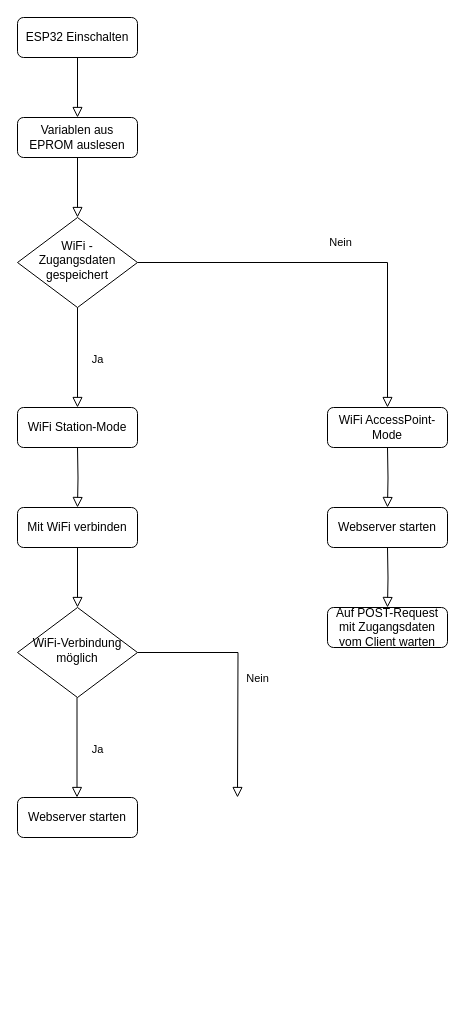
Above: Dokumente/Ablaufdiagramm_ESP32.drawio in nicolang-dev/DA_Lang-Immler (draw.io), before the change. Source tidied: cells renumbered, new cells numbered last; positions are measured from the earlier drawing's top-left corner, leaving out a move shared by most shapes. Both pictures are drawn from the tidied source at 100%, with x=0, y=0 at pixel (17, 17).
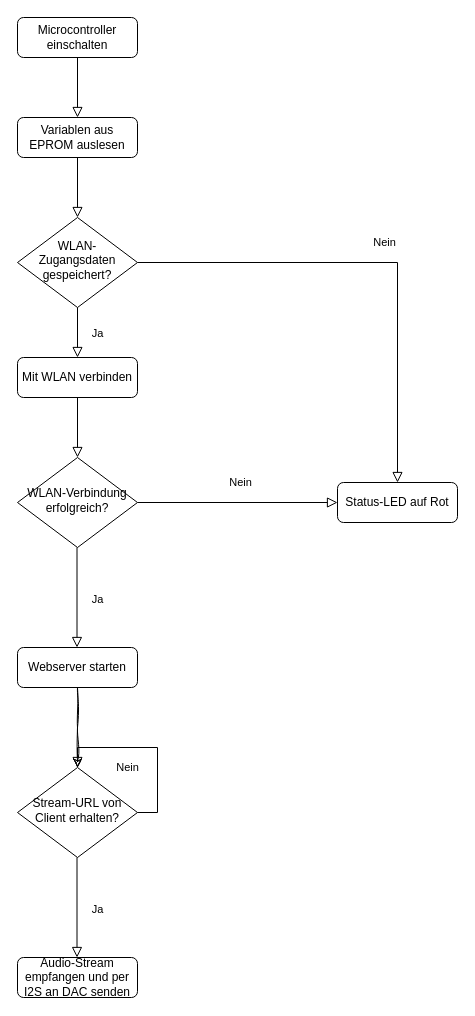
The same page after the edit.

What changed in the source:
```diff
@@
-    <mxCell id="3" value="ESP32 Einschalten" style="rounded=1;whiteSpace=wrap;html=1;fontSize=12;glass=0;strokeWidth=1;shadow=0;" parent="1" vertex="1">
+    <mxCell id="3" value="Microcontroller einschalten" style="rounded=1;whiteSpace=wrap;html=1;fontSize=12;glass=0;strokeWidth=1;shadow=0;" parent="1" vertex="1">
       <mxGeometry width="120" height="40" as="geometry" />
     </mxCell>
-    <mxCell id="4" value="Nein" style="edgeStyle=orthogonalEdgeStyle;rounded=0;html=1;jettySize=auto;fontSize=11;endArrow=block;endFill=0;endSize=8;strokeWidth=1;shadow=0;labelBackgroundColor=none;" parent="1" edge="1" source="5" target="6">
+    <mxCell id="4" value="Nein" style="edgeStyle=orthogonalEdgeStyle;rounded=0;html=1;jettySize=auto;fontSize=11;endArrow=block;endFill=0;endSize=8;strokeWidth=1;shadow=0;labelBackgroundColor=none;entryX=0.5;entryY=0;entryDx=0;entryDy=0;" parent="1" edge="1" source="5" target="14">
       <mxGeometry x="0.03" y="20" relative="1" as="geometry" />
     </mxCell>
-    <mxCell id="5" value="WiFi - Zugangsdaten gespeichert" style="rhombus;whiteSpace=wrap;html=1;shadow=0;fontFamily=Helvetica;fontSize=12;align=center;strokeWidth=1;spacing=6;spacingTop=-4;" parent="1" vertex="1">
+    <mxCell id="5" value="WLAN- Zugangsdaten gespeichert?" style="rhombus;whiteSpace=wrap;html=1;shadow=0;fontFamily=Helvetica;fontSize=12;align=center;strokeWidth=1;spacing=6;spacingTop=-4;" parent="1" vertex="1">
       <mxGeometry y="200" width="120" height="90" as="geometry" />
     </mxCell>
-    <mxCell id="6" value="WiFi AccessPoint-Mode" style="rounded=1;whiteSpace=wrap;html=1;fontSize=12;glass=0;strokeWidth=1;shadow=0;" parent="1" vertex="1">
-      <mxGeometry x="310" y="390" width="120" height="40" as="geometry" />
-    </mxCell>
@@
-    <mxCell id="9" value="WiFi Station-Mode" style="rounded=1;whiteSpace=wrap;html=1;fontSize=12;glass=0;strokeWidth=1;shadow=0;" parent="1" vertex="1">
-      <mxGeometry y="390" width="120" height="40" as="geometry" />
+    <mxCell id="9" value="Mit WLAN verbinden" style="rounded=1;whiteSpace=wrap;html=1;fontSize=12;glass=0;strokeWidth=1;shadow=0;" parent="1" vertex="1">
+      <mxGeometry y="340" width="120" height="40" as="geometry" />
     </mxCell>
@@
-    <mxCell id="11" style="rounded=0;html=1;jettySize=auto;fontSize=11;endArrow=block;endFill=0;endSize=8;strokeWidth=1;shadow=0;labelBackgroundColor=none;edgeStyle=orthogonalEdgeStyle;entryX=0.5;entryY=0;entryDx=0;entryDy=0;" parent="1" edge="1" target="12">
-      <mxGeometry relative="1" as="geometry">
-        <mxPoint x="370" y="430" as="sourcePoint" />
-      </mxGeometry>
-    </mxCell>
-    <mxCell id="12" value="Webserver starten" style="rounded=1;whiteSpace=wrap;html=1;fontSize=12;glass=0;strokeWidth=1;shadow=0;" parent="1" vertex="1">
-      <mxGeometry x="310" y="490" width="120" height="40" as="geometry" />
-    </mxCell>
-    <mxCell id="13" style="rounded=0;html=1;jettySize=auto;fontSize=11;endArrow=block;endFill=0;endSize=8;strokeWidth=1;shadow=0;labelBackgroundColor=none;edgeStyle=orthogonalEdgeStyle;entryX=0.5;entryY=0;entryDx=0;entryDy=0;" parent="1" edge="1" target="14">
-      <mxGeometry relative="1" as="geometry">
-        <mxPoint x="370" y="530" as="sourcePoint" />
-      </mxGeometry>
-    </mxCell>
-    <mxCell id="14" value="Auf POST-Request mit Zugangsdaten vom Client warten" style="rounded=1;whiteSpace=wrap;html=1;fontSize=12;glass=0;strokeWidth=1;shadow=0;" parent="1" vertex="1">
-      <mxGeometry x="310" y="590" width="120" height="40" as="geometry" />
+    <mxCell id="14" value="Status-LED auf Rot" style="rounded=1;whiteSpace=wrap;html=1;fontSize=12;glass=0;strokeWidth=1;shadow=0;" parent="1" vertex="1">
+      <mxGeometry x="320" y="465" width="120" height="40" as="geometry" />
     </mxCell>
-    <mxCell id="15" style="rounded=0;html=1;jettySize=auto;fontSize=11;endArrow=block;endFill=0;endSize=8;strokeWidth=1;shadow=0;labelBackgroundColor=none;edgeStyle=orthogonalEdgeStyle;entryX=0.5;entryY=0;entryDx=0;entryDy=0;" parent="1" edge="1" target="16">
+    <mxCell id="15" style="rounded=0;html=1;jettySize=auto;orthogonalLoop=1;fontSize=11;endArrow=block;endFill=0;endSize=8;strokeWidth=1;shadow=0;labelBackgroundColor=none;edgeStyle=orthogonalEdgeStyle;entryX=0.5;entryY=0;entryDx=0;entryDy=0;" parent="1" edge="1">
       <mxGeometry relative="1" as="geometry">
-        <mxPoint x="60" y="430" as="sourcePoint" />
+        <mxPoint x="60" y="380" as="sourcePoint" />
+        <mxPoint x="60" y="440" as="targetPoint" />
       </mxGeometry>
     </mxCell>
-    <mxCell id="16" value="Mit WiFi verbinden" style="rounded=1;whiteSpace=wrap;html=1;fontSize=12;glass=0;strokeWidth=1;shadow=0;" parent="1" vertex="1">
-      <mxGeometry y="490" width="120" height="40" as="geometry" />
-    </mxCell>
-    <mxCell id="17" value="Nein" style="edgeStyle=orthogonalEdgeStyle;rounded=0;html=1;jettySize=auto;fontSize=11;endArrow=block;endFill=0;endSize=8;strokeWidth=1;shadow=0;labelBackgroundColor=none;" parent="1" edge="1" source="18">
-      <mxGeometry x="0.03" y="20" relative="1" as="geometry">
-        <mxPoint x="220" y="780" as="targetPoint" />
-      </mxGeometry>
+    <mxCell id="17" value="Nein" style="edgeStyle=orthogonalEdgeStyle;rounded=0;html=1;jettySize=auto;fontSize=11;endArrow=block;endFill=0;endSize=8;strokeWidth=1;shadow=0;labelBackgroundColor=none;entryX=0;entryY=0.5;entryDx=0;entryDy=0;" parent="1" edge="1" source="18" target="14">
+      <mxGeometry x="0.03" y="20" relative="1" as="geometry" />
     </mxCell>
-    <mxCell id="18" value="WiFi-Verbindung möglich" style="rhombus;whiteSpace=wrap;html=1;shadow=0;fontFamily=Helvetica;fontSize=12;align=center;strokeWidth=1;spacing=6;spacingTop=-4;" parent="1" vertex="1">
-      <mxGeometry y="590" width="120" height="90" as="geometry" />
+    <mxCell id="18" value="WLAN-Verbindung erfolgreich?" style="rhombus;whiteSpace=wrap;html=1;shadow=0;fontFamily=Helvetica;fontSize=12;align=center;strokeWidth=1;spacing=6;spacingTop=-4;" parent="1" vertex="1">
+      <mxGeometry y="440" width="120" height="90" as="geometry" />
     </mxCell>
-    <mxCell id="19" style="rounded=0;html=1;jettySize=auto;orthogonalLoop=1;fontSize=11;endArrow=block;endFill=0;endSize=8;strokeWidth=1;shadow=0;labelBackgroundColor=none;edgeStyle=orthogonalEdgeStyle;entryX=0.5;entryY=0;entryDx=0;entryDy=0;" parent="1" edge="1">
-      <mxGeometry relative="1" as="geometry">
-        <mxPoint x="60" y="530" as="sourcePoint" />
-        <mxPoint x="60" y="590" as="targetPoint" />
-      </mxGeometry>
-    </mxCell>
+    <mxCell id="22" style="edgeStyle=orthogonalEdgeStyle;rounded=0;sketch=1;hachureGap=4;jiggle=2;curveFitting=1;jettySize=auto;html=1;entryX=0.5;entryY=0;entryDx=0;entryDy=0;fontFamily=Architects Daughter;fontSize=16;" parent="1" edge="1" source="20">
+      <mxGeometry relative="1" as="geometry">
+        <mxPoint x="60" y="750" as="targetPoint" />
+      </mxGeometry>
+    </mxCell>
     <mxCell id="20" value="Webserver starten" style="rounded=1;whiteSpace=wrap;html=1;fontSize=12;glass=0;strokeWidth=1;shadow=0;" parent="1" vertex="1">
-      <mxGeometry y="780" width="120" height="40" as="geometry" />
+      <mxGeometry y="630" width="120" height="40" as="geometry" />
     </mxCell>
     <mxCell id="21" value="Ja" style="edgeStyle=orthogonalEdgeStyle;rounded=0;html=1;jettySize=auto;orthogonalLoop=1;fontSize=11;endArrow=block;endFill=0;endSize=8;strokeWidth=1;shadow=0;labelBackgroundColor=none;exitX=0.5;exitY=1;exitDx=0;exitDy=0;entryX=0.5;entryY=0;entryDx=0;entryDy=0;" parent="1" edge="1">
       <mxGeometry x="0.03" y="20" relative="1" as="geometry">
-        <mxPoint x="59.5" y="680" as="sourcePoint" />
-        <mxPoint x="59.5" y="780" as="targetPoint" />
+        <mxPoint x="59.5" y="530" as="sourcePoint" />
+        <mxPoint x="59.5" y="630" as="targetPoint" />
       </mxGeometry>
     </mxCell>
+    <mxCell id="23" value="Stream-URL von Client erhalten?" style="rhombus;whiteSpace=wrap;html=1;shadow=0;fontFamily=Helvetica;fontSize=12;align=center;strokeWidth=1;spacing=6;spacingTop=-4;" parent="1" vertex="1">
+      <mxGeometry y="750" width="120" height="90" as="geometry" />
+    </mxCell>
+    <mxCell id="24" value="Nein" style="edgeStyle=orthogonalEdgeStyle;rounded=0;html=1;jettySize=auto;fontSize=11;endArrow=block;endFill=0;endSize=8;strokeWidth=1;shadow=0;labelBackgroundColor=none;entryX=0.5;entryY=0;entryDx=0;entryDy=0;" parent="1" edge="1" target="23">
+      <mxGeometry x="0.24" y="20" relative="1" as="geometry">
+        <mxPoint x="120" y="795" as="sourcePoint" />
+        <Array as="points">
+          <mxPoint x="140" y="795" />
+          <mxPoint x="140" y="730" />
+          <mxPoint x="60" y="730" />
+        </Array>
+      </mxGeometry>
+    </mxCell>
+    <mxCell id="25" value="Audio-Stream empfangen und per I2S an DAC senden" style="rounded=1;whiteSpace=wrap;html=1;fontSize=12;glass=0;strokeWidth=1;shadow=0;" parent="1" vertex="1">
+      <mxGeometry y="940" width="120" height="40" as="geometry" />
+    </mxCell>
+    <mxCell id="26" value="Ja" style="edgeStyle=orthogonalEdgeStyle;rounded=0;html=1;jettySize=auto;orthogonalLoop=1;fontSize=11;endArrow=block;endFill=0;endSize=8;strokeWidth=1;shadow=0;labelBackgroundColor=none;exitX=0.5;exitY=1;exitDx=0;exitDy=0;entryX=0.5;entryY=0;entryDx=0;entryDy=0;" parent="1" edge="1">
+      <mxGeometry x="0.03" y="20" relative="1" as="geometry">
+        <mxPoint x="59.5" y="840" as="sourcePoint" />
+        <mxPoint x="59.5" y="940" as="targetPoint" />
+      </mxGeometry>
+    </mxCell>
```
